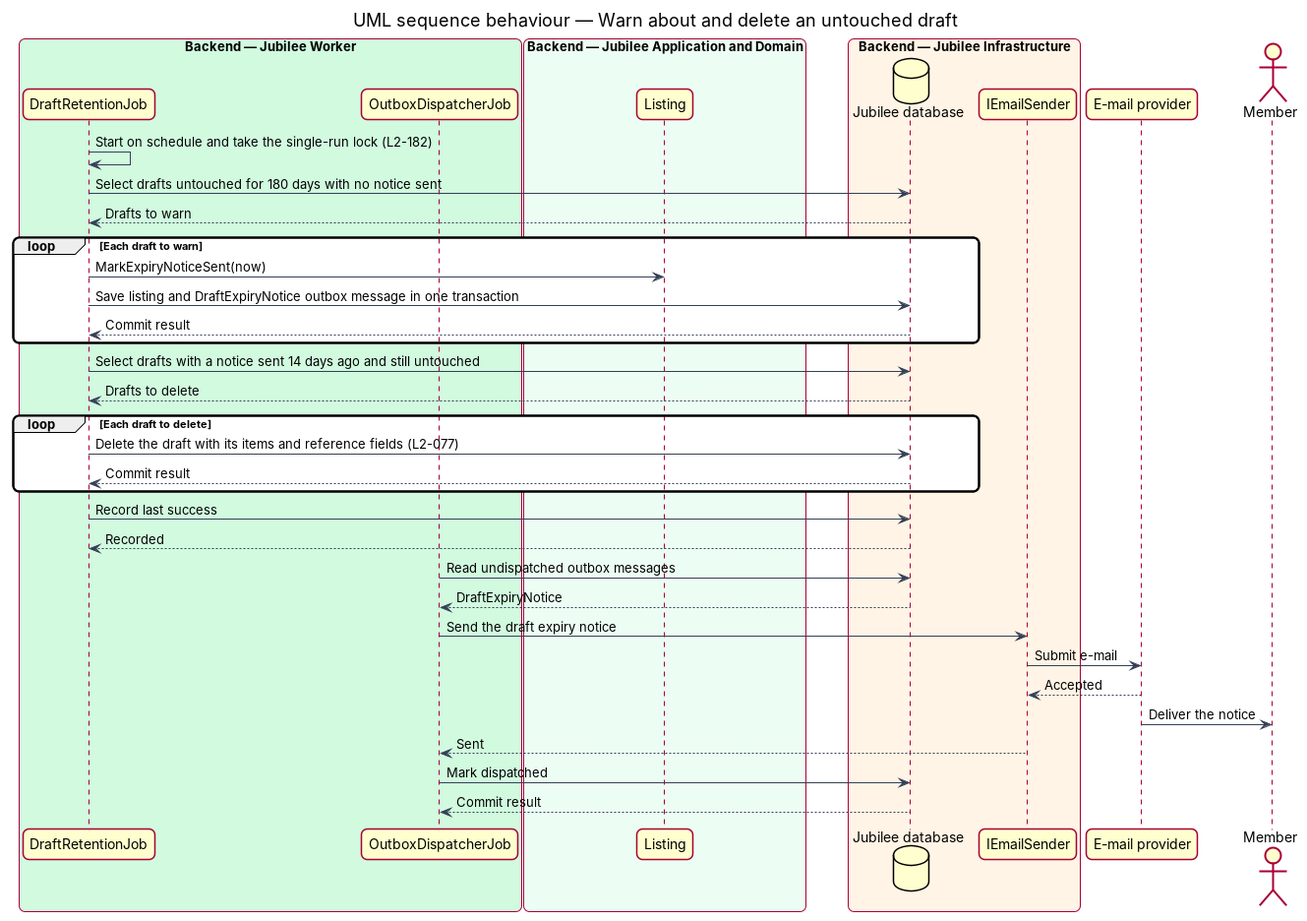
This is docs/detailed-designs/onboarding/save-draft/diagrams/sequence-retention.png from QuinntyneBrown/jubilee, a PlantUML export, as it was before one commit. Its source is kept beside it as docs/detailed-designs/onboarding/save-draft/diagrams/sequence-retention.puml.
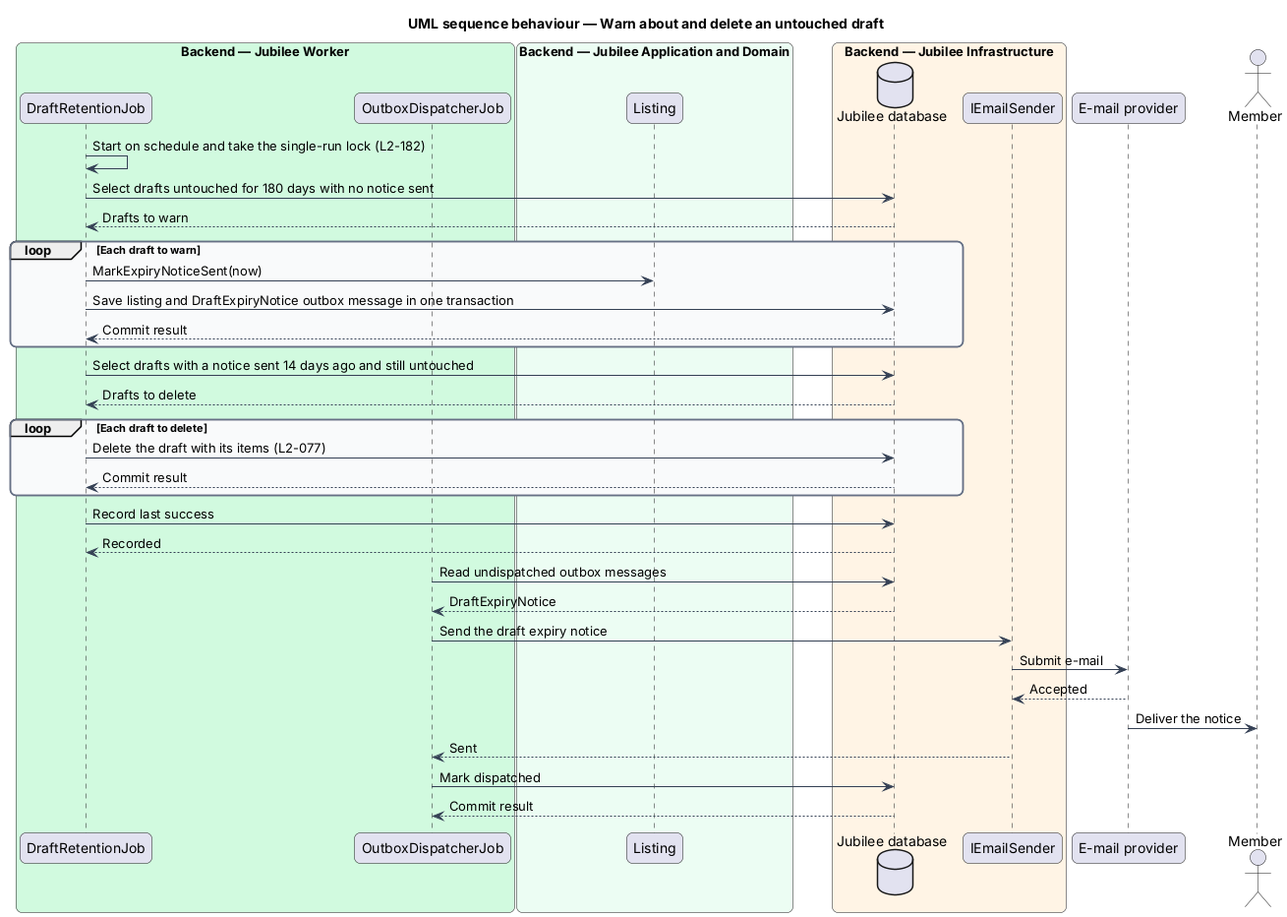
Later version of the same file.

The edit, as a diff of the source:
```diff
@@ -38,7 +38,7 @@
 job -> db : Select drafts with a notice sent 14 days ago and still untouched
 db --> job : Drafts to delete
 loop Each draft to delete
-  job -> db : Delete the draft with its items and reference fields (L2-077)
+  job -> db : Delete the draft with its items (L2-077)
   db --> job : Commit result
 end
 job -> db : Record last success
```
